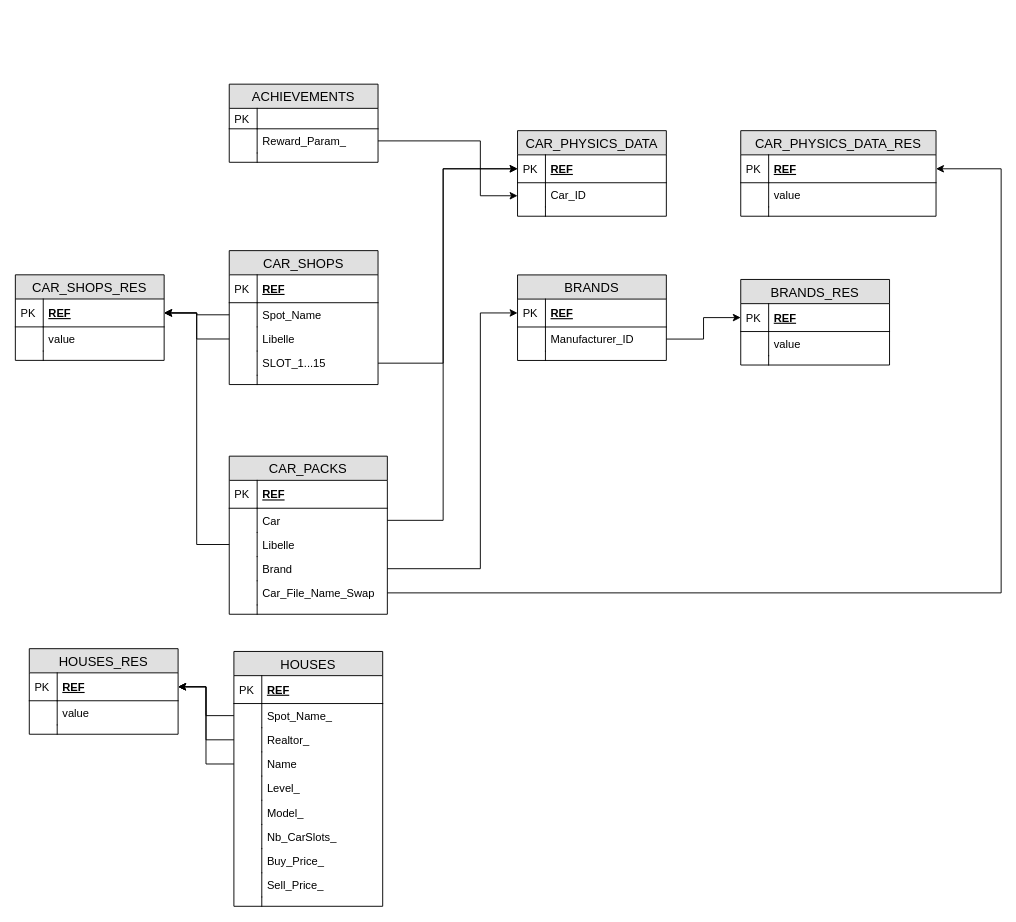
Earlier version of the draw.io diagram database/TDU Database Schema.drawio (djey47/tdu-cp). Source tidied: cells renumbered, new cells numbered last; positions are measured from the earlier drawing's top-left corner, leaving out a move shared by most shapes. Both pictures are drawn from the tidied source at 93%, with x=0, y=0 at pixel (15, 84).
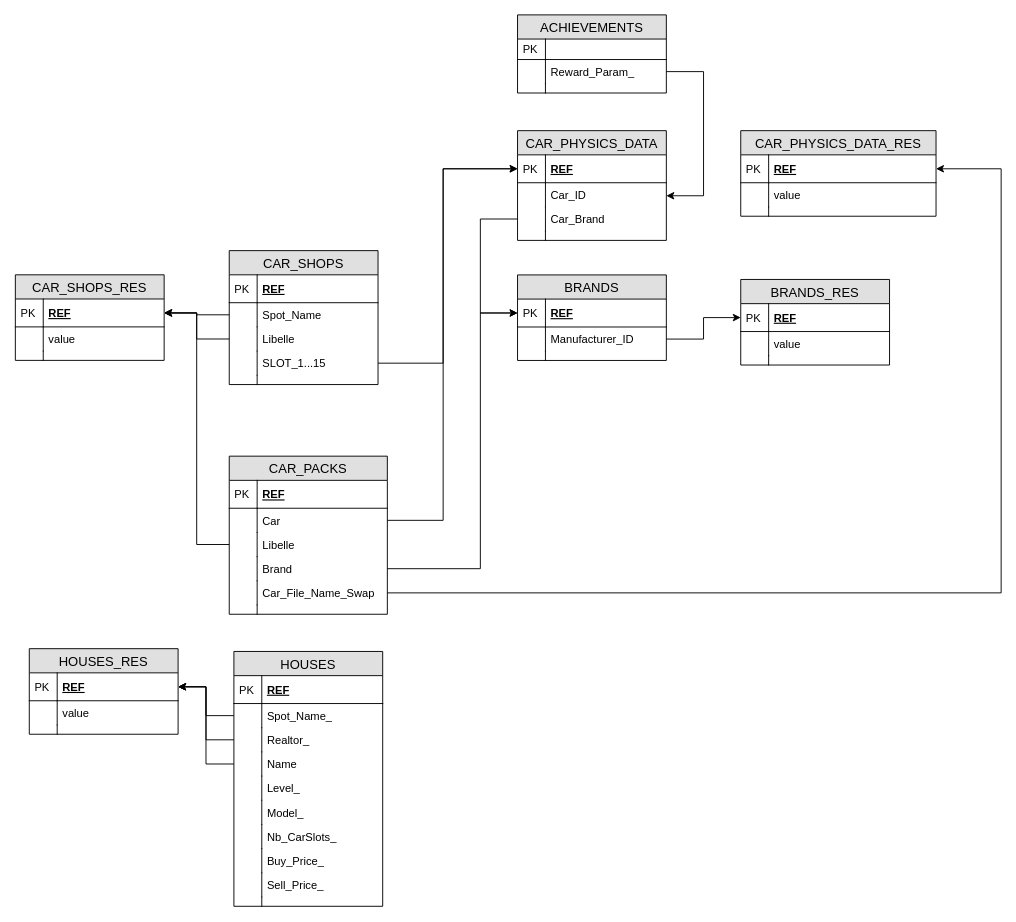
The same page after the edit.

The change refers to these unchanged cells:
```xml
<mxCell id="23" value="Car_ID" style="shape=partialRectangle;top=0;left=0;right=0;bottom=0;align=left;verticalAlign=top;fillColor=none;spacingLeft=34;spacingRight=4;overflow=hidden;points=[[0,0.5],[1,0.5]];portConstraint=eastwest;fontSize=12;" parent="20" vertex="1">
  <mxGeometry y="56" width="160" height="26" as="geometry" />
</mxCell>
<mxCell id="46" value="REF" style="shape=partialRectangle;top=0;left=0;right=0;bottom=1;align=left;verticalAlign=middle;fillColor=none;spacingLeft=34;spacingRight=4;overflow=hidden;points=[[0,0.5],[1,0.5]];portConstraint=eastwest;fontStyle=5;fontSize=12;" parent="45" vertex="1">
  <mxGeometry y="26" width="160" height="30" as="geometry" />
</mxCell>
<mxCell id="103" value="Reward_Param_" style="shape=partialRectangle;top=0;left=0;right=0;bottom=0;align=left;verticalAlign=top;fillColor=none;spacingLeft=34;spacingRight=4;overflow=hidden;points=[[0,0.5],[1,0.5]];portConstraint=eastwest;fontSize=12;" parent="100" vertex="1">
  <mxGeometry y="48" width="160" height="26" as="geometry" />
</mxCell>
```

Diff of the diagram source:
```diff
@@
     <mxCell id="20" value="CAR_PHYSICS_DATA" style="swimlane;fontStyle=0;horizontal=1;startSize=26;fillColor=#e0e0e0;swimlaneFillColor=#ffffff;align=center;fontSize=14;" parent="1" vertex="1">
-      <mxGeometry x="540" y="50" width="160" height="92" as="geometry" />
+      <mxGeometry x="540" y="50" width="160" height="118" as="geometry" />
     </mxCell>
@@
+    <mxCell id="108" value="Car_Brand" style="shape=partialRectangle;top=0;left=0;right=0;bottom=0;align=left;verticalAlign=top;fillColor=none;spacingLeft=34;spacingRight=4;overflow=hidden;points=[[0,0.5],[1,0.5]];portConstraint=eastwest;fontSize=12;" parent="20" vertex="1">
+      <mxGeometry y="82" width="160" height="26" as="geometry" />
+    </mxCell>
+    <mxCell id="109" style="shape=partialRectangle;top=0;left=0;bottom=0;fillColor=none;align=left;verticalAlign=top;spacingLeft=4;spacingRight=4;overflow=hidden;fontSize=12;" parent="108" vertex="1">
+      <mxGeometry width="30" height="26" as="geometry" />
+    </mxCell>
     <mxCell id="25" style="shape=partialRectangle;top=0;left=0;right=0;bottom=0;align=left;verticalAlign=top;fillColor=none;spacingLeft=34;spacingRight=4;overflow=hidden;fontSize=12;" parent="20" vertex="1">
-      <mxGeometry y="82" width="160" height="10" as="geometry" />
+      <mxGeometry y="108" width="160" height="10" as="geometry" />
     </mxCell>
@@
     <mxCell id="100" value="ACHIEVEMENTS" style="swimlane;fontStyle=0;horizontal=1;startSize=26;fillColor=#e0e0e0;swimlaneFillColor=#ffffff;align=center;fontSize=14;" parent="1" vertex="1">
-      <mxGeometry x="230" width="160" height="84" as="geometry" />
+      <mxGeometry x="540" y="-74.5" width="160" height="84" as="geometry" />
     </mxCell>
@@
     <mxCell id="107" style="edgeStyle=orthogonalEdgeStyle;rounded=0;jettySize=auto;html=1;" parent="1" edge="1" source="103" target="23">
       <mxGeometry relative="1" as="geometry">
         <Array as="points">
-          <mxPoint x="500" y="61" />
-          <mxPoint x="500" y="120" />
+          <mxPoint x="740" y="-13" />
+          <mxPoint x="740" y="120" />
         </Array>
       </mxGeometry>
     </mxCell>
+    <mxCell id="110" style="edgeStyle=orthogonalEdgeStyle;rounded=0;jettySize=auto;html=1;" parent="1" edge="1" source="108" target="46">
+      <mxGeometry relative="1" as="geometry">
+        <Array as="points">
+          <mxPoint x="500" y="145" />
+          <mxPoint x="500" y="246.1" />
+        </Array>
+      </mxGeometry>
+    </mxCell>
```
